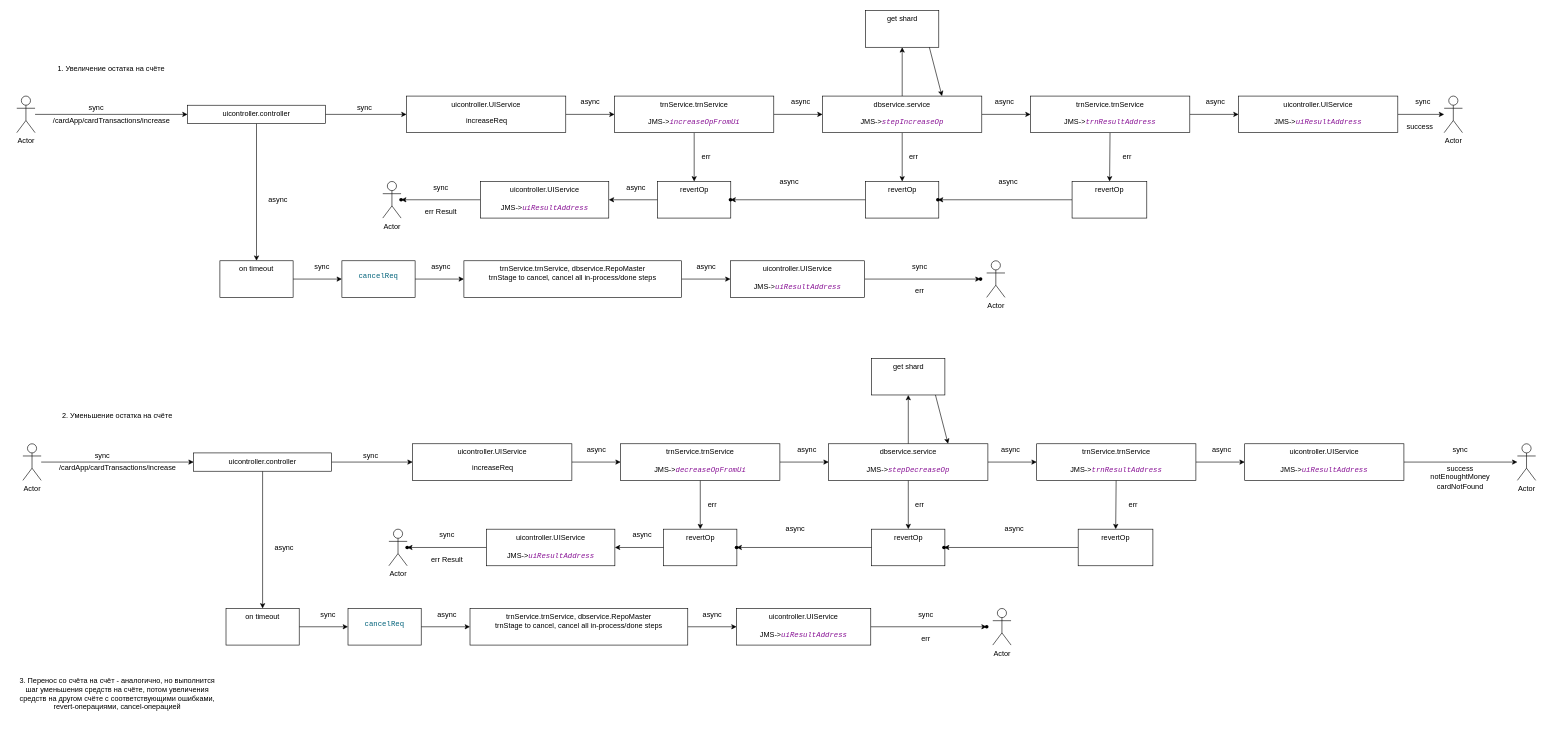
The draw.io diagram operations.drawio in loki7187/transactions, before the edit. Source tidied: cells renumbered, new cells numbered last; positions are measured from the earlier drawing's top-left corner, leaving out a move shared by most shapes. Both pictures are drawn from the tidied source at 61%, with x=0, y=0 at pixel (10, 10).
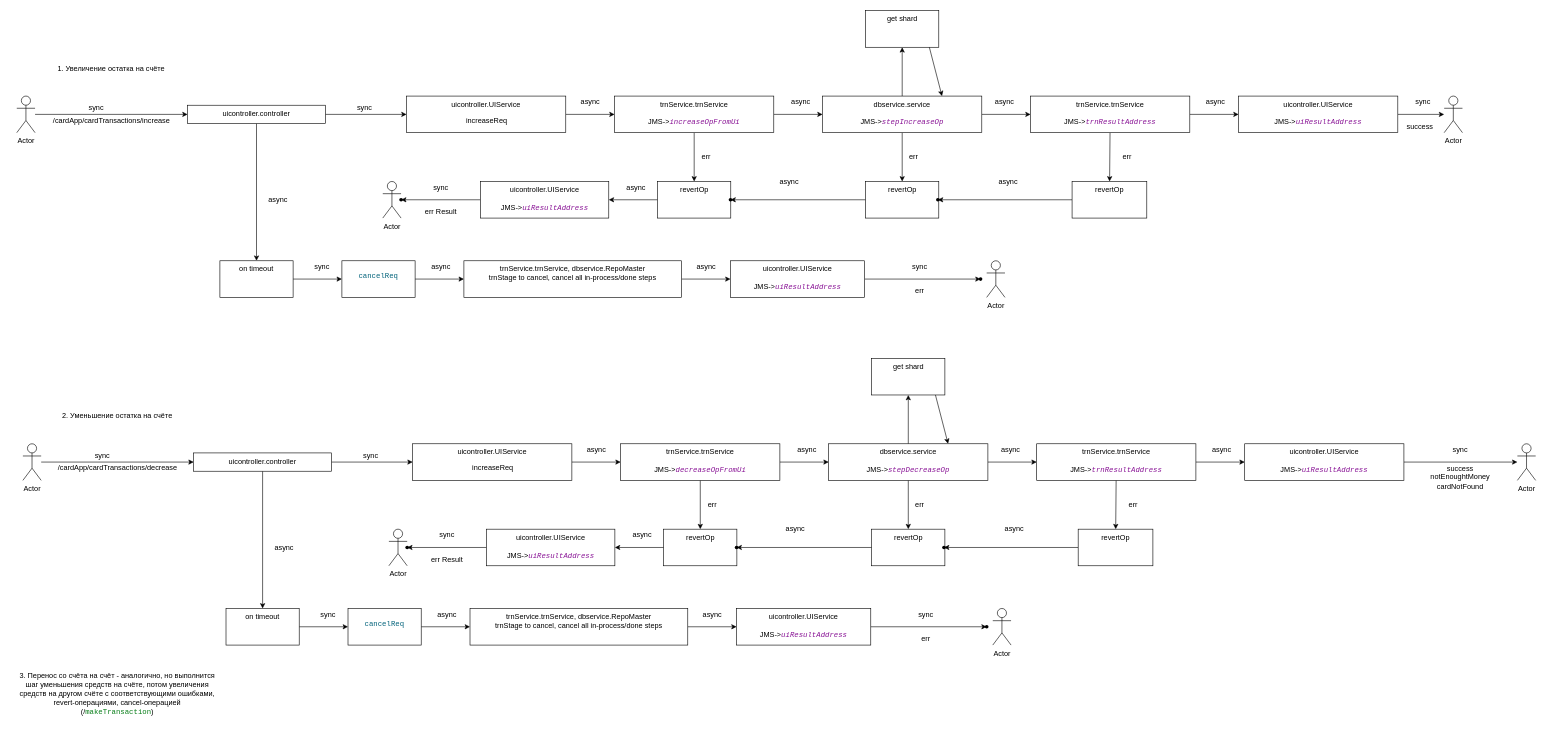
The same diagram, later.

What changed in the source:
```diff
@@
-    <mxCell id="78" value="/cardApp/cardTransactions/increase" style="text;html=1;align=center;verticalAlign=middle;strokeColor=none;fillColor=none;" parent="1" vertex="1">
+    <mxCell id="78" value="/cardApp/cardTransactions/decrease" style="text;html=1;align=center;verticalAlign=middle;strokeColor=none;fillColor=none;" parent="1" vertex="1">
       <mxGeometry x="70" y="740" width="210" height="20" as="geometry" />
     </mxCell>
@@
-    <mxCell id="140" value="3. Перенос со счёта на счёт - аналогично, но выполнится шаг уменьшения средств на счёте, потом увеличения средств на другом счёте с соответствующими ошибками, revert-операциями, cancel-операцией" style="text;html=1;strokeColor=none;fillColor=none;align=center;verticalAlign=middle;whiteSpace=wrap;rounded=0;" parent="1" vertex="1">
+    <mxCell id="140" value="3. Перенос со счёта на счёт - аналогично, но выполнится шаг уменьшения средств на счёте, потом увеличения средств на другом счёте с соответствующими ошибками, revert-операциями, cancel-операцией (/&lt;span style=&quot;color: rgb(6 , 125 , 23) ; background-color: rgb(255 , 255 , 255) ; font-family: &amp;#34;hack&amp;#34; , monospace&quot;&gt;makeTransaction&lt;/span&gt;&lt;span&gt;)&lt;/span&gt;" style="text;html=1;strokeColor=none;fillColor=none;align=center;verticalAlign=middle;whiteSpace=wrap;rounded=0;" parent="1" vertex="1">
       <mxGeometry x="10" y="1080" width="330" height="80" as="geometry" />
     </mxCell>
```
